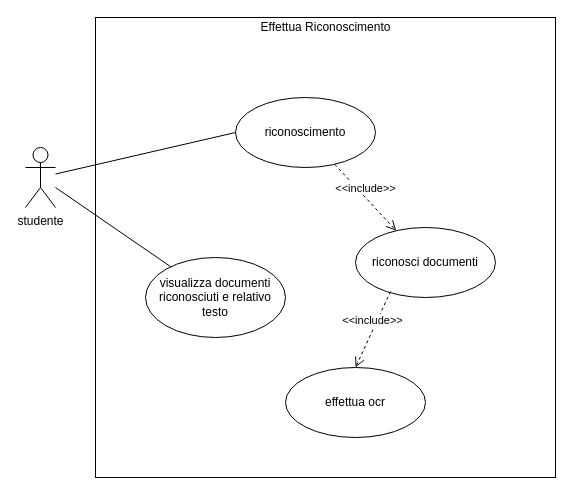
Above: report/uml_use_case.drawio in Andrew-Wyn/ing_SW_DIL (draw.io), before the change. Source tidied: cells renumbered, new cells numbered last; positions are measured from the earlier drawing's top-left corner, leaving out a move shared by most shapes. Both pictures are drawn from the tidied source at 100%, with x=0, y=0 at pixel (25, 17).
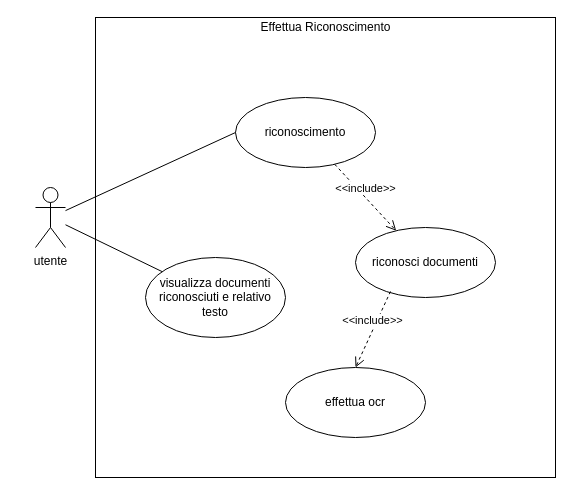
The same diagram, later.

What changed in the source:
```diff
@@
 <mxGraphModel>
   <root>
     <mxCell id="0" />
     <mxCell id="1" parent="0" />
     <mxCell id="2" style="whiteSpace=wrap;html=1;" parent="1" vertex="1">
       <mxGeometry x="70" width="460" height="460" as="geometry" />
     </mxCell>
     <mxCell id="3" value="riconoscimento" style="ellipse;whiteSpace=wrap;html=1;" parent="1" vertex="1">
       <mxGeometry x="210" y="80" width="140" height="70" as="geometry" />
     </mxCell>
     <mxCell id="4" value="riconosci documenti" style="ellipse;whiteSpace=wrap;html=1;" parent="1" vertex="1">
       <mxGeometry x="330" y="210" width="140" height="70" as="geometry" />
     </mxCell>
     <mxCell id="5" value="effettua ocr" style="ellipse;whiteSpace=wrap;html=1;" parent="1" vertex="1">
       <mxGeometry x="260" y="350" width="140" height="70" as="geometry" />
     </mxCell>
-    <mxCell id="6" value="studente" style="shape=umlActor;verticalLabelPosition=bottom;verticalAlign=top;html=1;" parent="1" vertex="1">
-      <mxGeometry y="130" width="30" height="60" as="geometry" />
+    <mxCell id="6" value="utente" style="shape=umlActor;verticalLabelPosition=bottom;verticalAlign=top;html=1;" parent="1" vertex="1">
+      <mxGeometry x="10" y="170" width="30" height="60" as="geometry" />
     </mxCell>
     <mxCell id="7" style="endArrow=none;html=1;entryX=0;entryY=0.5;entryDx=0;entryDy=0;" parent="1" edge="1" source="6" target="3">
       <mxGeometry relative="1" as="geometry" />
     </mxCell>
     <mxCell id="8" value="Effettua Riconoscimento" style="text;html=1;align=center;verticalAlign=middle;" parent="1" vertex="1">
       <mxGeometry x="225" width="150" height="20" as="geometry" />
     </mxCell>
     <mxCell id="9" value="&amp;lt;&amp;lt;include&amp;gt;&amp;gt;" style="html=1;verticalAlign=bottom;endArrow=open;dashed=1;endSize=8;exitX=0.25;exitY=0.914;exitDx=0;exitDy=0;exitPerimeter=0;entryX=0.5;entryY=0;entryDx=0;entryDy=0;" parent="1" edge="1" source="4" target="5">
       <mxGeometry relative="1" as="geometry" />
     </mxCell>
     <mxCell id="10" value="&amp;lt;&amp;lt;include&amp;gt;&amp;gt;" style="html=1;verticalAlign=bottom;endArrow=open;dashed=1;endSize=8;" parent="1" edge="1" source="3" target="4">
       <mxGeometry relative="1" as="geometry" />
     </mxCell>
     <mxCell id="11" value="visualizza documenti riconosciuti e relativo testo" style="ellipse;whiteSpace=wrap;html=1;" parent="1" vertex="1">
       <mxGeometry x="120" y="240" width="140" height="80" as="geometry" />
     </mxCell>
-    <mxCell id="12" style="endArrow=none;html=1;" parent="1" edge="1" target="11">
-      <mxGeometry relative="1" as="geometry">
-        <mxPoint x="30" y="170" as="sourcePoint" />
-      </mxGeometry>
+    <mxCell id="12" style="endArrow=none;html=1;" parent="1" edge="1" source="6" target="11">
+      <mxGeometry relative="1" as="geometry" />
     </mxCell>
   </root>
 </mxGraphModel>
```
